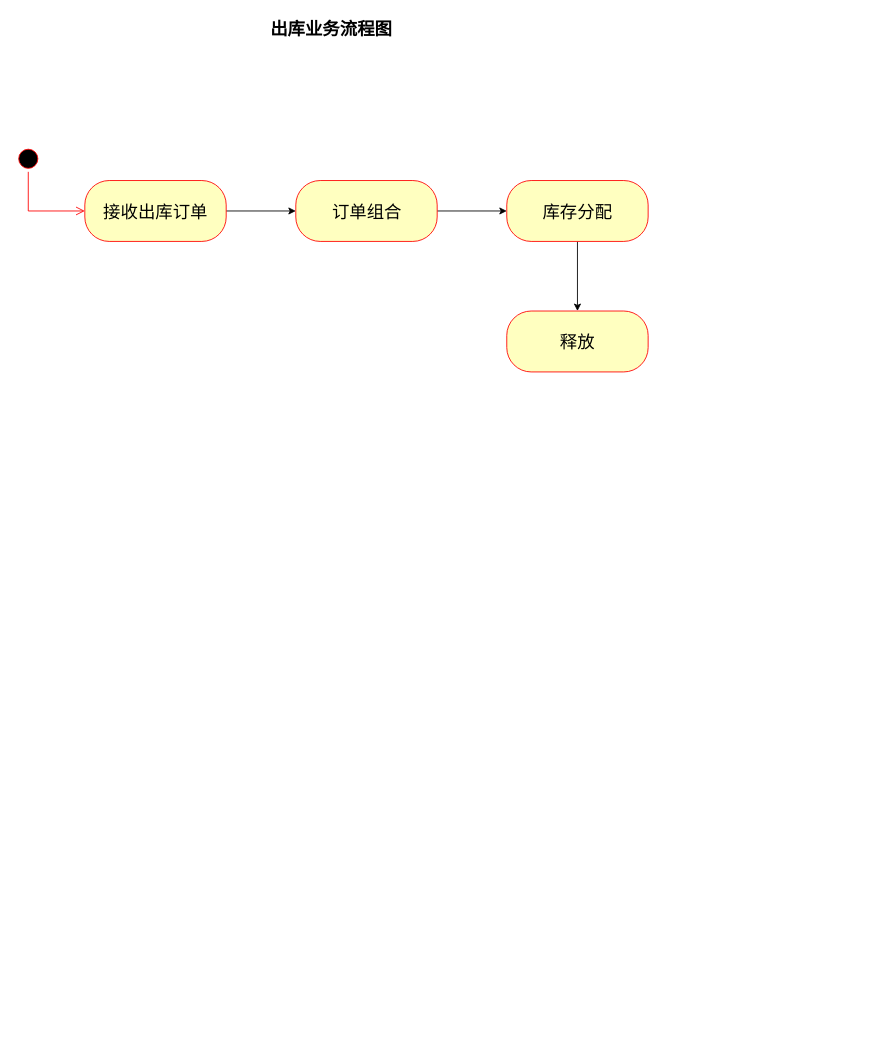
The draw.io diagram pdf/出库业务流程图.drawio in mstao/static, before the edit. Source tidied: cells renumbered, new cells numbered last; positions are measured from the earlier drawing's top-left corner, leaving out a move shared by most shapes. Both pictures are drawn from the tidied source at 87%, with x=0, y=0 at pixel (15, 15).
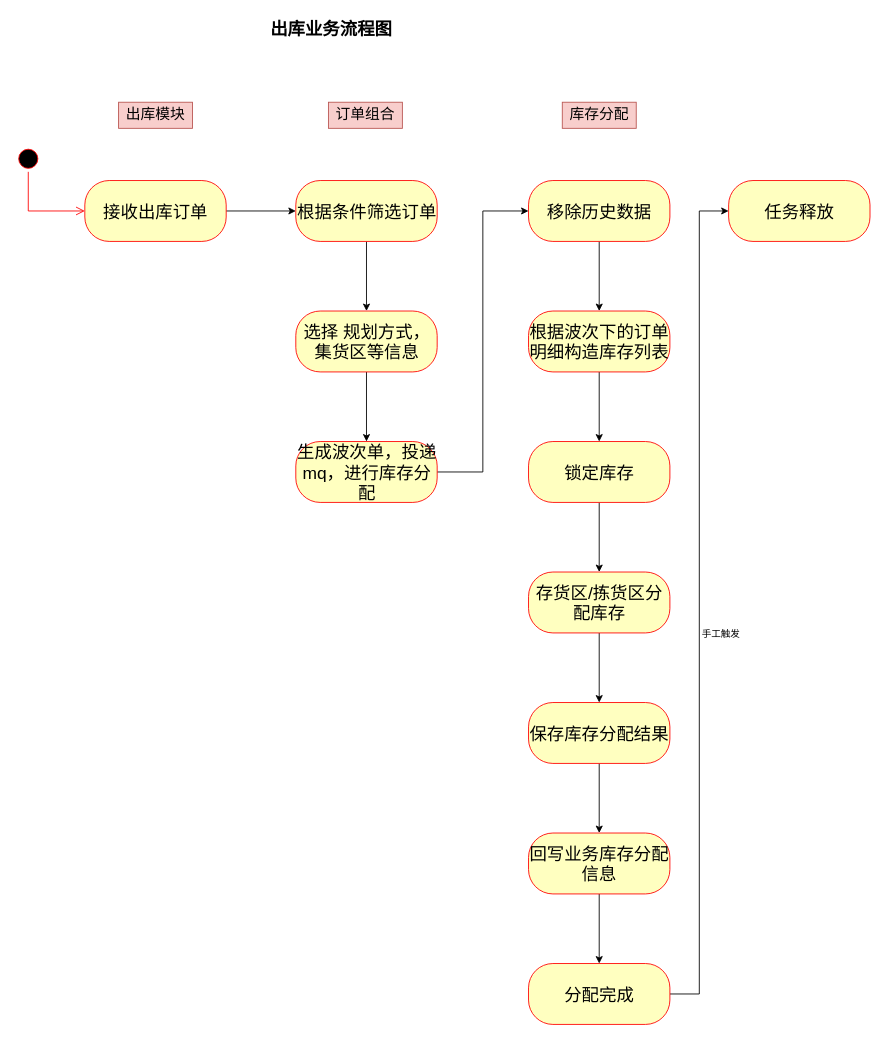
The same page after the edit.

Commit message (it also covers changes not shown here):
Update 出库业务流程图.drawio

Diff of the diagram source:
```diff
@@
-    <mxCell id="7" style="edgeStyle=orthogonalEdgeStyle;rounded=0;jettySize=auto;html=1;" parent="1" edge="1" source="8" target="10">
+    <mxCell id="7" style="edgeStyle=orthogonalEdgeStyle;rounded=0;jettySize=auto;html=1;startArrow=none;" parent="1" edge="1" source="21" target="10">
       <mxGeometry relative="1" as="geometry" />
     </mxCell>
+    <mxCell id="12" style="edgeStyle=orthogonalEdgeStyle;rounded=0;jettySize=auto;html=1;" parent="1" edge="1" source="8" target="15">
+      <mxGeometry relative="1" as="geometry" />
+    </mxCell>
-    <mxCell id="8" value="&lt;font style=&quot;font-size: 20px&quot;&gt;订单组合&lt;/font&gt;" style="rounded=1;whiteSpace=wrap;html=1;arcSize=40;fontColor=#000000;fillColor=#ffffc0;strokeColor=#ff0000;fontSize=20;" parent="1" vertex="1">
+    <mxCell id="8" value="根据条件筛选订单" style="rounded=1;whiteSpace=wrap;html=1;arcSize=40;fontColor=#000000;fillColor=#ffffc0;strokeColor=#ff0000;fontSize=20;" parent="1" vertex="1">
       <mxGeometry x="322.5" y="190" width="162.5" height="70" as="geometry" />
     </mxCell>
-    <mxCell id="9" style="edgeStyle=orthogonalEdgeStyle;rounded=0;jettySize=auto;html=1;" parent="1" edge="1" source="10" target="11">
-      <mxGeometry relative="1" as="geometry" />
-    </mxCell>
+    <mxCell id="13" style="edgeStyle=orthogonalEdgeStyle;rounded=0;jettySize=auto;html=1;" parent="1" edge="1" source="10" target="23">
+      <mxGeometry relative="1" as="geometry" />
+    </mxCell>
-    <mxCell id="10" value="&lt;font style=&quot;font-size: 20px&quot;&gt;库存分配&lt;/font&gt;" style="rounded=1;whiteSpace=wrap;html=1;arcSize=40;fontColor=#000000;fillColor=#ffffc0;strokeColor=#ff0000;fontSize=20;" parent="1" vertex="1">
-      <mxGeometry x="565" y="190" width="162.5" height="70" as="geometry" />
+    <mxCell id="10" value="根据波次下的订单明细构造库存列表" style="rounded=1;whiteSpace=wrap;html=1;arcSize=40;fontColor=#000000;fillColor=#ffffc0;strokeColor=#ff0000;fontSize=20;" parent="1" vertex="1">
+      <mxGeometry x="590" y="340" width="162.5" height="70" as="geometry" />
     </mxCell>
-    <mxCell id="11" value="&lt;font style=&quot;font-size: 20px&quot;&gt;释放&lt;/font&gt;" style="rounded=1;whiteSpace=wrap;html=1;arcSize=40;fontColor=#000000;fillColor=#ffffc0;strokeColor=#ff0000;fontSize=20;" parent="1" vertex="1">
-      <mxGeometry x="565" y="340" width="162.5" height="70" as="geometry" />
-    </mxCell>
+    <mxCell id="14" style="edgeStyle=orthogonalEdgeStyle;rounded=0;jettySize=auto;html=1;" parent="1" edge="1" source="15" target="19">
+      <mxGeometry relative="1" as="geometry" />
+    </mxCell>
+    <mxCell id="15" value="选择 规划方式，集货区等信息" style="rounded=1;whiteSpace=wrap;html=1;arcSize=40;fontColor=#000000;fillColor=#ffffc0;strokeColor=#ff0000;fontSize=20;" parent="1" vertex="1">
+      <mxGeometry x="322.5" y="340" width="162.5" height="70" as="geometry" />
+    </mxCell>
+    <mxCell id="16" value="&lt;font style=&quot;font-size: 17px&quot;&gt;订单组合&lt;/font&gt;" style="text;html=1;strokeColor=#b85450;fillColor=#f8cecc;align=center;verticalAlign=middle;whiteSpace=wrap;rounded=0;fontSize=14;" parent="1" vertex="1">
+      <mxGeometry x="360" y="100" width="85" height="30" as="geometry" />
+    </mxCell>
+    <mxCell id="17" value="&lt;font style=&quot;font-size: 17px&quot;&gt;出库模块&lt;/font&gt;" style="text;html=1;strokeColor=#b85450;fillColor=#f8cecc;align=center;verticalAlign=middle;whiteSpace=wrap;rounded=0;fontSize=14;" parent="1" vertex="1">
+      <mxGeometry x="118.8" y="100" width="85" height="30" as="geometry" />
+    </mxCell>
+    <mxCell id="18" style="edgeStyle=orthogonalEdgeStyle;rounded=0;jettySize=auto;html=1;entryX=0;entryY=0.5;entryDx=0;entryDy=0;" parent="1" edge="1" source="19" target="21">
+      <mxGeometry relative="1" as="geometry" />
+    </mxCell>
+    <mxCell id="19" value="生成波次单，投递mq，进行库存分配" style="rounded=1;whiteSpace=wrap;html=1;arcSize=40;fontColor=#000000;fillColor=#ffffc0;strokeColor=#ff0000;fontSize=20;" parent="1" vertex="1">
+      <mxGeometry x="322.5" y="490" width="162.5" height="70" as="geometry" />
+    </mxCell>
+    <mxCell id="20" value="&lt;font style=&quot;font-size: 17px&quot;&gt;库存分配&lt;/font&gt;" style="text;html=1;strokeColor=#b85450;fillColor=#f8cecc;align=center;verticalAlign=middle;whiteSpace=wrap;rounded=0;fontSize=14;" parent="1" vertex="1">
+      <mxGeometry x="628.8" y="100" width="85" height="30" as="geometry" />
+    </mxCell>
+    <mxCell id="21" value="移除历史数据" style="rounded=1;whiteSpace=wrap;html=1;arcSize=40;fontColor=#000000;fillColor=#ffffc0;strokeColor=#ff0000;fontSize=20;" parent="1" vertex="1">
+      <mxGeometry x="590" y="190" width="162.5" height="70" as="geometry" />
+    </mxCell>
+    <mxCell id="22" style="edgeStyle=orthogonalEdgeStyle;rounded=0;jettySize=auto;html=1;" parent="1" edge="1" source="23" target="25">
+      <mxGeometry relative="1" as="geometry" />
+    </mxCell>
+    <mxCell id="23" value="锁定库存" style="rounded=1;whiteSpace=wrap;html=1;arcSize=40;fontColor=#000000;fillColor=#ffffc0;strokeColor=#ff0000;fontSize=20;" parent="1" vertex="1">
+      <mxGeometry x="590" y="490" width="162.5" height="70" as="geometry" />
+    </mxCell>
+    <mxCell id="24" style="edgeStyle=orthogonalEdgeStyle;rounded=0;jettySize=auto;html=1;" parent="1" edge="1" source="25" target="27">
+      <mxGeometry relative="1" as="geometry" />
+    </mxCell>
+    <mxCell id="25" value="存货区/拣货区分配库存" style="rounded=1;whiteSpace=wrap;html=1;arcSize=40;fontColor=#000000;fillColor=#ffffc0;strokeColor=#ff0000;fontSize=20;" parent="1" vertex="1">
+      <mxGeometry x="590" y="640" width="162.5" height="70" as="geometry" />
+    </mxCell>
+    <mxCell id="26" style="edgeStyle=orthogonalEdgeStyle;rounded=0;jettySize=auto;html=1;" parent="1" edge="1" source="27" target="29">
+      <mxGeometry relative="1" as="geometry" />
+    </mxCell>
+    <mxCell id="27" value="保存库存分配结果" style="rounded=1;whiteSpace=wrap;html=1;arcSize=40;fontColor=#000000;fillColor=#ffffc0;strokeColor=#ff0000;fontSize=20;" parent="1" vertex="1">
+      <mxGeometry x="590" y="790" width="162.5" height="70" as="geometry" />
+    </mxCell>
+    <mxCell id="28" style="edgeStyle=orthogonalEdgeStyle;rounded=0;jettySize=auto;html=1;" parent="1" edge="1" source="29" target="33">
+      <mxGeometry relative="1" as="geometry" />
+    </mxCell>
+    <mxCell id="29" value="回写业务库存分配信息" style="rounded=1;whiteSpace=wrap;html=1;arcSize=40;fontColor=#000000;fillColor=#ffffc0;strokeColor=#ff0000;fontSize=20;" parent="1" vertex="1">
+      <mxGeometry x="590" y="940" width="162.5" height="70" as="geometry" />
+    </mxCell>
+    <mxCell id="30" value="任务释放" style="rounded=1;whiteSpace=wrap;html=1;arcSize=40;fontColor=#000000;fillColor=#ffffc0;strokeColor=#ff0000;fontSize=20;" parent="1" vertex="1">
+      <mxGeometry x="820" y="190" width="162.5" height="70" as="geometry" />
+    </mxCell>
+    <mxCell id="31" style="edgeStyle=orthogonalEdgeStyle;rounded=0;jettySize=auto;html=1;entryX=0;entryY=0.5;entryDx=0;entryDy=0;" parent="1" edge="1" source="33" target="30">
+      <mxGeometry relative="1" as="geometry" />
+    </mxCell>
+    <mxCell id="32" value="手工触发" style="edgeLabel;html=1;align=center;verticalAlign=middle;" parent="31" vertex="1">
+      <mxGeometry x="-0.12" relative="1" as="geometry">
+        <mxPoint x="24" y="-22" as="offset" />
+      </mxGeometry>
+    </mxCell>
+    <mxCell id="33" value="分配完成" style="rounded=1;whiteSpace=wrap;html=1;arcSize=40;fontColor=#000000;fillColor=#ffffc0;strokeColor=#ff0000;fontSize=20;" parent="1" vertex="1">
+      <mxGeometry x="590" y="1090" width="162.5" height="70" as="geometry" />
+    </mxCell>
```
